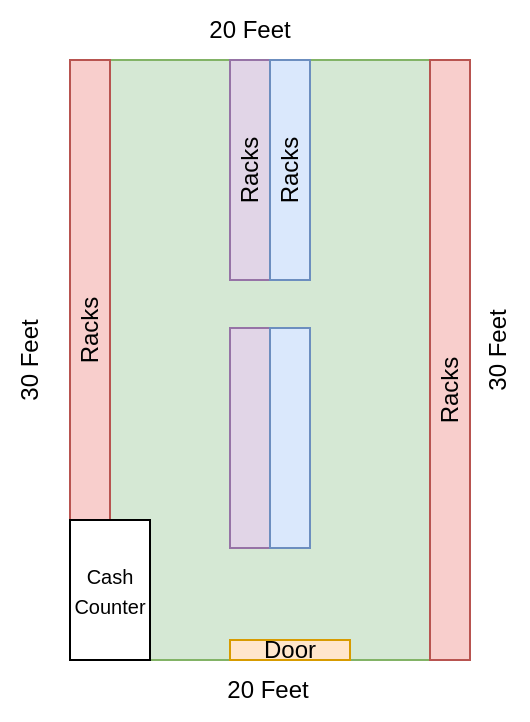
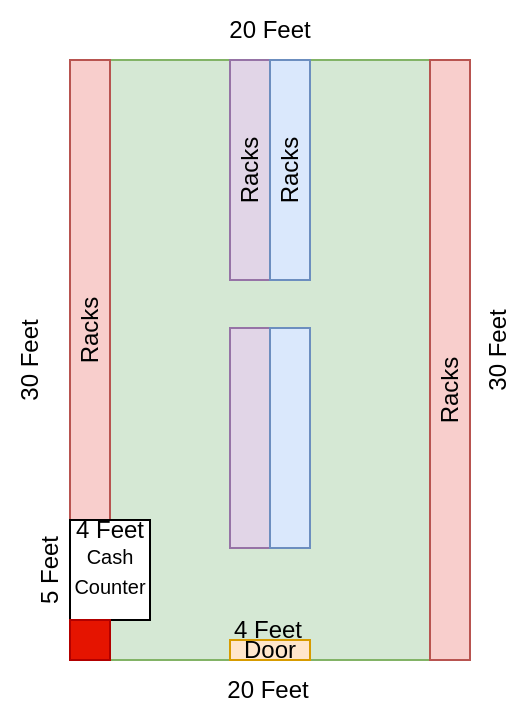
<mxfile host="app.diagrams.net">
  <diagram name="Page-1" id="zG6hiOXuOmAUIq7qCYwK">
    <mxGraphModel dx="651" dy="364" grid="1" gridSize="10" guides="1" tooltips="1" connect="1" arrows="1" fold="1" page="1" pageScale="1" pageWidth="827" pageHeight="1169" math="0" shadow="0">
      <root>
        <mxCell id="0" />
        <mxCell id="1" parent="0" />
        <mxCell id="E7O0KfWV2V88D2bBGpZ0-1" parent="1" style="whiteSpace=wrap;html=1;fillColor=#d5e8d4;strokeColor=#82b366;" value="" vertex="1">
          <mxGeometry height="300" width="200" x="230" y="170" as="geometry" />
        </mxCell>
        <mxCell id="E7O0KfWV2V88D2bBGpZ0-2" parent="1" style="whiteSpace=wrap;html=1;fillColor=#f8cecc;strokeColor=#b85450;" value="" vertex="1">
          <mxGeometry height="230" width="20" x="230" y="170" as="geometry" />
        </mxCell>
        <mxCell id="E7O0KfWV2V88D2bBGpZ0-3" parent="1" style="whiteSpace=wrap;html=1;fillColor=#f8cecc;strokeColor=#b85450;" value="" vertex="1">
          <mxGeometry height="300" width="20" x="410" y="170" as="geometry" />
        </mxCell>
        <mxCell id="E7O0KfWV2V88D2bBGpZ0-4" parent="1" style="whiteSpace=wrap;html=1;fillColor=#e1d5e7;strokeColor=#9673a6;" value="" vertex="1">
          <mxGeometry height="110" width="20" x="310" y="170" as="geometry" />
        </mxCell>
        <mxCell id="E7O0KfWV2V88D2bBGpZ0-5" parent="1" style="whiteSpace=wrap;html=1;fillColor=#dae8fc;strokeColor=#6c8ebf;" value="" vertex="1">
          <mxGeometry height="110" width="20" x="330" y="170" as="geometry" />
        </mxCell>
        <mxCell id="E7O0KfWV2V88D2bBGpZ0-6" parent="1" style="whiteSpace=wrap;html=1;" value="&lt;font style=&quot;font-size: 10px;&quot;&gt;Cash&lt;/font&gt;&lt;div&gt;&lt;font style=&quot;font-size: 10px;&quot;&gt;Counter&lt;/font&gt;&lt;/div&gt;" vertex="1">
-           <mxGeometry height="70" width="40" x="230" y="400" as="geometry" />
+           <mxGeometry height="50" width="40" x="230" y="400" as="geometry" />
        </mxCell>
        <mxCell id="E7O0KfWV2V88D2bBGpZ0-7" parent="1" style="text;html=1;whiteSpace=wrap;strokeColor=none;fillColor=none;align=center;verticalAlign=middle;rounded=0;rotation=270;" value="Racks" vertex="1">
          <mxGeometry height="30" width="60" x="310" y="210" as="geometry" />
        </mxCell>
        <mxCell id="E7O0KfWV2V88D2bBGpZ0-8" parent="1" style="text;html=1;whiteSpace=wrap;strokeColor=none;fillColor=none;align=center;verticalAlign=middle;rounded=0;rotation=270;" value="Racks" vertex="1">
          <mxGeometry height="30" width="60" x="390" y="320" as="geometry" />
        </mxCell>
        <mxCell id="E7O0KfWV2V88D2bBGpZ0-9" parent="1" style="text;html=1;whiteSpace=wrap;strokeColor=none;fillColor=none;align=center;verticalAlign=middle;rounded=0;rotation=270;" value="Racks" vertex="1">
          <mxGeometry height="30" width="60" x="290" y="210" as="geometry" />
        </mxCell>
        <mxCell id="E7O0KfWV2V88D2bBGpZ0-10" parent="1" style="text;html=1;whiteSpace=wrap;strokeColor=none;fillColor=none;align=center;verticalAlign=middle;rounded=0;rotation=270;" value="Racks" vertex="1">
          <mxGeometry height="30" width="60" x="210" y="290" as="geometry" />
        </mxCell>
        <mxCell id="E7O0KfWV2V88D2bBGpZ0-11" parent="1" style="text;html=1;whiteSpace=wrap;strokeColor=#d79b00;fillColor=#ffe6cc;align=center;verticalAlign=middle;rounded=0;" value="Door" vertex="1">
-           <mxGeometry height="10" width="60" x="310" y="460" as="geometry" />
+           <mxGeometry height="10" width="40" x="310" y="460" as="geometry" />
        </mxCell>
        <mxCell id="E7O0KfWV2V88D2bBGpZ0-12" parent="1" style="text;html=1;whiteSpace=wrap;strokeColor=none;fillColor=none;align=center;verticalAlign=middle;rounded=0;" value="20 Feet" vertex="1">
          <mxGeometry height="30" width="60" x="299" y="470" as="geometry" />
        </mxCell>
        <mxCell id="E7O0KfWV2V88D2bBGpZ0-13" parent="1" style="text;html=1;whiteSpace=wrap;strokeColor=none;fillColor=none;align=center;verticalAlign=middle;rounded=0;" value="20 Feet" vertex="1">
-           <mxGeometry height="30" width="60" x="290" y="140" as="geometry" />
+           <mxGeometry height="30" width="60" x="300" y="140" as="geometry" />
        </mxCell>
        <mxCell id="E7O0KfWV2V88D2bBGpZ0-14" parent="1" style="text;html=1;whiteSpace=wrap;strokeColor=none;fillColor=none;align=center;verticalAlign=middle;rounded=0;rotation=270;" value="30 Feet" vertex="1">
          <mxGeometry height="30" width="60" x="414" y="300" as="geometry" />
        </mxCell>
        <mxCell id="E7O0KfWV2V88D2bBGpZ0-15" parent="1" style="text;html=1;whiteSpace=wrap;strokeColor=none;fillColor=none;align=center;verticalAlign=middle;rounded=0;rotation=270;" value="30 Feet" vertex="1">
          <mxGeometry height="30" width="60" x="180" y="305" as="geometry" />
        </mxCell>
        <mxCell id="E7O0KfWV2V88D2bBGpZ0-18" parent="1" style="whiteSpace=wrap;html=1;fillColor=#e1d5e7;strokeColor=#9673a6;" value="" vertex="1">
          <mxGeometry height="110" width="20" x="310" y="304" as="geometry" />
        </mxCell>
        <mxCell id="E7O0KfWV2V88D2bBGpZ0-20" parent="1" style="whiteSpace=wrap;html=1;fillColor=#dae8fc;strokeColor=#6c8ebf;" value="" vertex="1">
          <mxGeometry height="110" width="20" x="330" y="304" as="geometry" />
        </mxCell>
+         <mxCell id="E7O0KfWV2V88D2bBGpZ0-21" parent="1" style="text;html=1;whiteSpace=wrap;strokeColor=none;fillColor=none;align=center;verticalAlign=middle;rounded=0;" value="4 Feet" vertex="1">
+           <mxGeometry height="10" width="50" x="304" y="450" as="geometry" />
+         </mxCell>
+         <mxCell id="E7O0KfWV2V88D2bBGpZ0-22" parent="1" style="whiteSpace=wrap;html=1;aspect=fixed;fillColor=#e51400;fontColor=#ffffff;strokeColor=#B20000;" value="" vertex="1">
+           <mxGeometry height="20" width="20" x="230" y="450" as="geometry" />
+         </mxCell>
+         <mxCell id="E7O0KfWV2V88D2bBGpZ0-23" parent="1" style="text;html=1;whiteSpace=wrap;strokeColor=none;fillColor=none;align=center;verticalAlign=middle;rounded=0;" value="4 Feet" vertex="1">
+           <mxGeometry height="10" width="50" x="225" y="400" as="geometry" />
+         </mxCell>
+         <mxCell id="E7O0KfWV2V88D2bBGpZ0-25" parent="1" style="text;html=1;whiteSpace=wrap;strokeColor=none;fillColor=none;align=center;verticalAlign=middle;rounded=0;rotation=270;" value="5 Feet" vertex="1">
+           <mxGeometry height="10" width="40" x="200" y="420" as="geometry" />
+         </mxCell>
      </root>
    </mxGraphModel>
  </diagram>
</mxfile>
